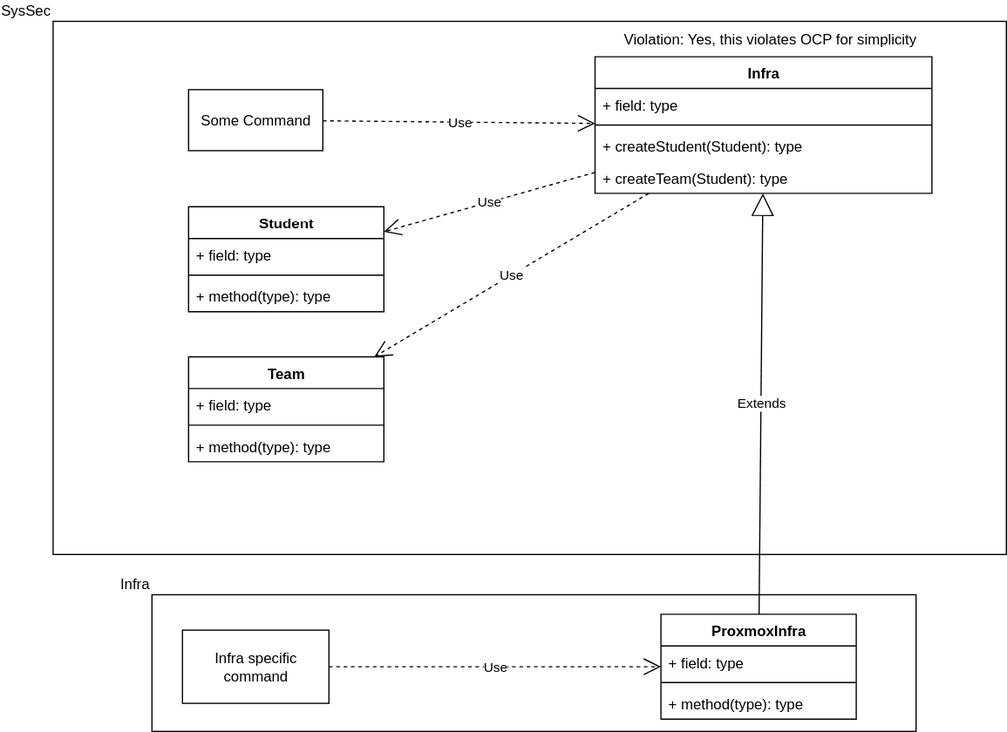
The draw.io diagram diagram.svg in BlakeTnr/UBNetDefOrchestrator, before a commit. Source tidied: cells renumbered, new cells last; positions are measured from the earlier drawing's top-left corner, leaving out a move shared by most shapes. The source it was exported from:
```xml
<mxGraphModel>
  <root>
    <mxCell id="0" />
    <mxCell id="1" parent="0" />
    <mxCell id="2" value="Infra" style="rounded=0;whiteSpace=wrap;html=1;labelPosition=left;verticalLabelPosition=top;align=right;verticalAlign=bottom;" parent="1" vertex="1">
      <mxGeometry x="81" y="470" width="626" height="112" as="geometry" />
    </mxCell>
    <mxCell id="3" value="SysSec" style="rounded=0;whiteSpace=wrap;html=1;labelPosition=left;verticalLabelPosition=top;align=right;verticalAlign=bottom;" parent="1" vertex="1">
      <mxGeometry width="781" height="437" as="geometry" />
    </mxCell>
    <mxCell id="4" value="ProxmoxInfra" style="swimlane;fontStyle=1;align=center;verticalAlign=top;horizontal=1;startSize=26;whiteSpace=wrap;html=1;" parent="1" vertex="1">
      <mxGeometry x="498" y="486" width="160" height="86" as="geometry" />
    </mxCell>
    <mxCell id="5" value="+ field: type" style="text;strokeColor=none;fillColor=none;align=left;verticalAlign=top;spacingLeft=4;spacingRight=4;overflow=hidden;whiteSpace=wrap;html=1;" parent="4" vertex="1">
      <mxGeometry y="26" width="160" height="26" as="geometry" />
    </mxCell>
    <mxCell id="6" style="line;strokeWidth=1;fillColor=none;align=left;verticalAlign=middle;spacingTop=-1;spacingLeft=3;spacingRight=3;labelPosition=right;strokeColor=inherit;" parent="4" vertex="1">
      <mxGeometry y="52" width="160" height="8" as="geometry" />
    </mxCell>
    <mxCell id="7" value="+ method(type): type" style="text;strokeColor=none;fillColor=none;align=left;verticalAlign=top;spacingLeft=4;spacingRight=4;overflow=hidden;whiteSpace=wrap;html=1;" parent="4" vertex="1">
      <mxGeometry y="60" width="160" height="26" as="geometry" />
    </mxCell>
    <mxCell id="8" value="Infra" style="swimlane;fontStyle=1;align=center;verticalAlign=top;horizontal=1;startSize=26;whiteSpace=wrap;html=1;" parent="1" vertex="1">
      <mxGeometry x="444" y="29" width="276" height="112" as="geometry" />
    </mxCell>
    <mxCell id="9" value="+ field: type" style="text;strokeColor=none;fillColor=none;align=left;verticalAlign=top;spacingLeft=4;spacingRight=4;overflow=hidden;whiteSpace=wrap;html=1;" parent="8" vertex="1">
      <mxGeometry y="26" width="276" height="26" as="geometry" />
    </mxCell>
    <mxCell id="10" style="line;strokeWidth=1;fillColor=none;align=left;verticalAlign=middle;spacingTop=-1;spacingLeft=3;spacingRight=3;labelPosition=right;strokeColor=inherit;" parent="8" vertex="1">
      <mxGeometry y="52" width="276" height="8" as="geometry" />
    </mxCell>
    <mxCell id="11" value="+ createStudent&lt;span style=&quot;background-color: transparent; color: light-dark(rgb(0, 0, 0), rgb(255, 255, 255));&quot;&gt;(Student): type&lt;/span&gt;" style="text;strokeColor=none;fillColor=none;align=left;verticalAlign=top;spacingLeft=4;spacingRight=4;overflow=hidden;whiteSpace=wrap;html=1;" parent="8" vertex="1">
      <mxGeometry y="60" width="276" height="26" as="geometry" />
    </mxCell>
    <mxCell id="12" value="+ createTeam&lt;span style=&quot;background-color: transparent; color: light-dark(rgb(0, 0, 0), rgb(255, 255, 255));&quot;&gt;(Student): type&lt;/span&gt;" style="text;strokeColor=none;fillColor=none;align=left;verticalAlign=top;spacingLeft=4;spacingRight=4;overflow=hidden;whiteSpace=wrap;html=1;" parent="8" vertex="1">
      <mxGeometry y="86" width="276" height="26" as="geometry" />
    </mxCell>
    <mxCell id="13" value="Some Command" style="html=1;whiteSpace=wrap;rounded=0;" parent="1" vertex="1">
      <mxGeometry x="111" y="56" width="110" height="50" as="geometry" />
    </mxCell>
    <mxCell id="14" value="Student" style="swimlane;fontStyle=1;align=center;verticalAlign=top;horizontal=1;startSize=26;whiteSpace=wrap;html=1;" parent="1" vertex="1">
      <mxGeometry x="111" y="152" width="160" height="86" as="geometry" />
    </mxCell>
    <mxCell id="15" value="+ field: type" style="text;strokeColor=none;fillColor=none;align=left;verticalAlign=top;spacingLeft=4;spacingRight=4;overflow=hidden;whiteSpace=wrap;html=1;" parent="14" vertex="1">
      <mxGeometry y="26" width="160" height="26" as="geometry" />
    </mxCell>
    <mxCell id="16" style="line;strokeWidth=1;fillColor=none;align=left;verticalAlign=middle;spacingTop=-1;spacingLeft=3;spacingRight=3;labelPosition=right;strokeColor=inherit;" parent="14" vertex="1">
      <mxGeometry y="52" width="160" height="8" as="geometry" />
    </mxCell>
    <mxCell id="17" value="+ method(type): type" style="text;strokeColor=none;fillColor=none;align=left;verticalAlign=top;spacingLeft=4;spacingRight=4;overflow=hidden;whiteSpace=wrap;html=1;" parent="14" vertex="1">
      <mxGeometry y="60" width="160" height="26" as="geometry" />
    </mxCell>
    <mxCell id="18" value="Team" style="swimlane;fontStyle=1;align=center;verticalAlign=top;horizontal=1;startSize=26;whiteSpace=wrap;html=1;" parent="1" vertex="1">
      <mxGeometry x="111" y="275" width="160" height="86" as="geometry" />
    </mxCell>
    <mxCell id="19" value="+ field: type" style="text;strokeColor=none;fillColor=none;align=left;verticalAlign=top;spacingLeft=4;spacingRight=4;overflow=hidden;whiteSpace=wrap;html=1;" parent="18" vertex="1">
      <mxGeometry y="26" width="160" height="26" as="geometry" />
    </mxCell>
    <mxCell id="20" style="line;strokeWidth=1;fillColor=none;align=left;verticalAlign=middle;spacingTop=-1;spacingLeft=3;spacingRight=3;labelPosition=right;strokeColor=inherit;" parent="18" vertex="1">
      <mxGeometry y="52" width="160" height="8" as="geometry" />
    </mxCell>
    <mxCell id="21" value="+ method(type): type" style="text;strokeColor=none;fillColor=none;align=left;verticalAlign=top;spacingLeft=4;spacingRight=4;overflow=hidden;whiteSpace=wrap;html=1;" parent="18" vertex="1">
      <mxGeometry y="60" width="160" height="26" as="geometry" />
    </mxCell>
    <mxCell id="22" value="Infra specific command" style="rounded=0;whiteSpace=wrap;html=1;" parent="1" vertex="1">
      <mxGeometry x="106" y="499" width="120" height="60" as="geometry" />
    </mxCell>
    <mxCell id="23" value="Use" style="endArrow=open;endSize=12;dashed=1;html=1;rounded=0;" parent="1" edge="1" source="13" target="8">
      <mxGeometry relative="1" as="geometry" />
    </mxCell>
    <mxCell id="24" value="Extends" style="endArrow=block;endSize=16;endFill=0;html=1;rounded=0;" parent="1" edge="1" source="4" target="8">
      <mxGeometry relative="1" as="geometry" />
    </mxCell>
    <mxCell id="25" value="Use" style="endArrow=open;endSize=12;dashed=1;html=1;rounded=0;" parent="1" edge="1" source="22" target="4">
      <mxGeometry relative="1" as="geometry" />
    </mxCell>
    <mxCell id="26" value="Use" style="endArrow=open;endSize=12;dashed=1;html=1;rounded=0;" parent="1" edge="1" source="8" target="14">
      <mxGeometry relative="1" as="geometry" />
    </mxCell>
    <mxCell id="27" value="Use" style="endArrow=open;endSize=12;dashed=1;html=1;rounded=0;" parent="1" edge="1" source="8" target="18">
      <mxGeometry relative="1" as="geometry" />
    </mxCell>
    <mxCell id="28" value="Violation: Yes, this violates OCP for simplicity" style="text;html=1;align=center;verticalAlign=middle;whiteSpace=wrap;rounded=0;" parent="1" vertex="1">
      <mxGeometry x="446" width="283" height="30" as="geometry" />
    </mxCell>
  </root>
</mxGraphModel>
```
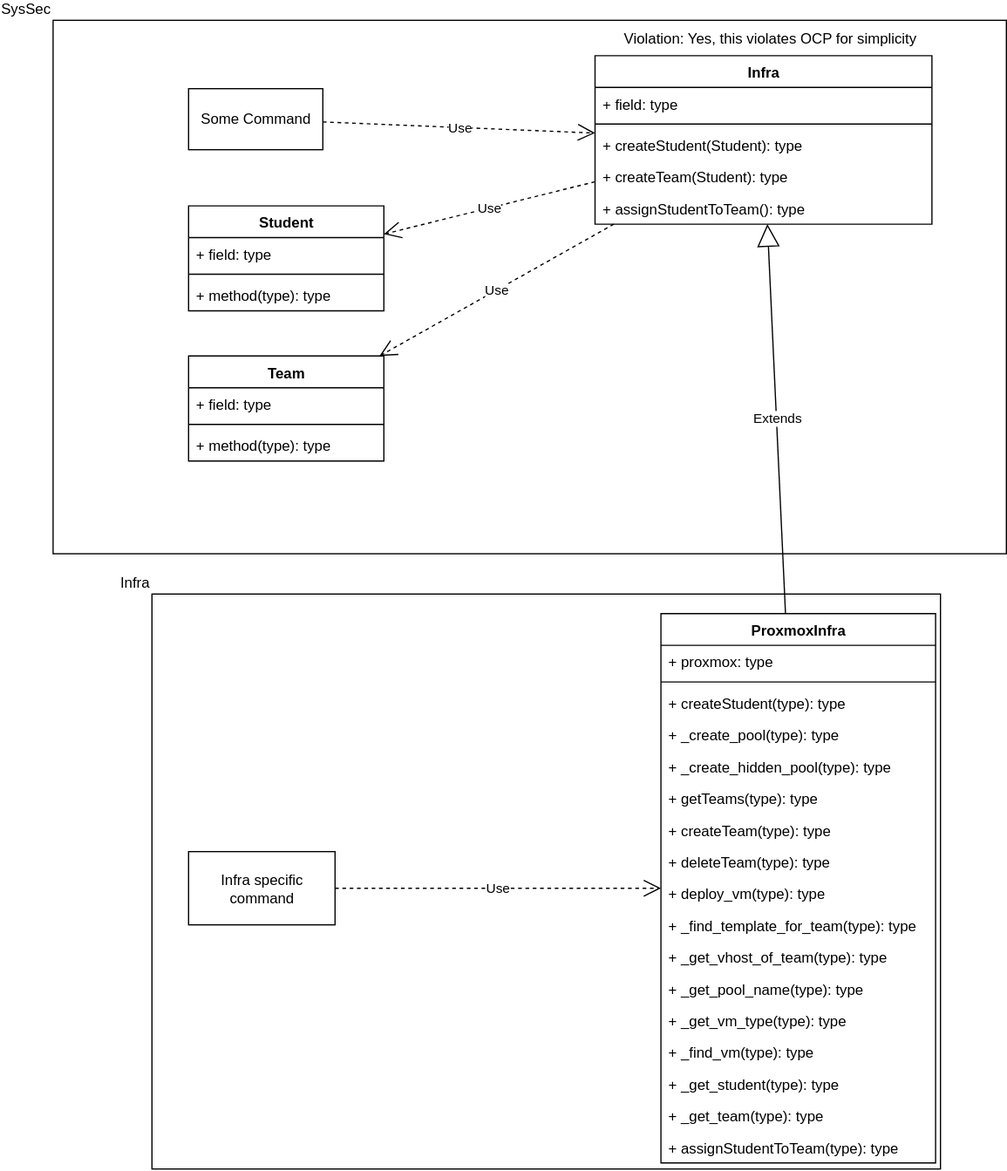
The same file after the commit.

Change to the diagram source:
```diff
@@ -3,25 +3,67 @@
     <mxCell id="0" />
     <mxCell id="1" parent="0" />
     <mxCell id="2" value="Infra" style="rounded=0;whiteSpace=wrap;html=1;labelPosition=left;verticalLabelPosition=top;align=right;verticalAlign=bottom;" parent="1" vertex="1">
-      <mxGeometry x="81" y="470" width="626" height="112" as="geometry" />
+      <mxGeometry x="81" y="470" width="646" height="471" as="geometry" />
     </mxCell>
     <mxCell id="3" value="SysSec" style="rounded=0;whiteSpace=wrap;html=1;labelPosition=left;verticalLabelPosition=top;align=right;verticalAlign=bottom;" parent="1" vertex="1">
       <mxGeometry width="781" height="437" as="geometry" />
     </mxCell>
     <mxCell id="4" value="ProxmoxInfra" style="swimlane;fontStyle=1;align=center;verticalAlign=top;horizontal=1;startSize=26;whiteSpace=wrap;html=1;" parent="1" vertex="1">
-      <mxGeometry x="498" y="486" width="160" height="86" as="geometry" />
+      <mxGeometry x="498" y="486" width="225" height="450" as="geometry" />
     </mxCell>
-    <mxCell id="5" value="+ field: type" style="text;strokeColor=none;fillColor=none;align=left;verticalAlign=top;spacingLeft=4;spacingRight=4;overflow=hidden;whiteSpace=wrap;html=1;" parent="4" vertex="1">
-      <mxGeometry y="26" width="160" height="26" as="geometry" />
+    <mxCell id="5" value="+ proxmox: type" style="text;strokeColor=none;fillColor=none;align=left;verticalAlign=top;spacingLeft=4;spacingRight=4;overflow=hidden;whiteSpace=wrap;html=1;" parent="4" vertex="1">
+      <mxGeometry y="26" width="225" height="26" as="geometry" />
     </mxCell>
     <mxCell id="6" style="line;strokeWidth=1;fillColor=none;align=left;verticalAlign=middle;spacingTop=-1;spacingLeft=3;spacingRight=3;labelPosition=right;strokeColor=inherit;" parent="4" vertex="1">
-      <mxGeometry y="52" width="160" height="8" as="geometry" />
+      <mxGeometry y="52" width="225" height="8" as="geometry" />
     </mxCell>
-    <mxCell id="7" value="+ method(type): type" style="text;strokeColor=none;fillColor=none;align=left;verticalAlign=top;spacingLeft=4;spacingRight=4;overflow=hidden;whiteSpace=wrap;html=1;" parent="4" vertex="1">
-      <mxGeometry y="60" width="160" height="26" as="geometry" />
+    <mxCell id="7" value="+ createStudent&lt;span style=&quot;background-color: transparent; color: light-dark(rgb(0, 0, 0), rgb(255, 255, 255));&quot;&gt;(type): type&lt;/span&gt;" style="text;strokeColor=none;fillColor=none;align=left;verticalAlign=top;spacingLeft=4;spacingRight=4;overflow=hidden;whiteSpace=wrap;html=1;" parent="4" vertex="1">
+      <mxGeometry y="60" width="225" height="26" as="geometry" />
     </mxCell>
+    <mxCell id="29" value="+ _create_pool&lt;span style=&quot;background-color: transparent; color: light-dark(rgb(0, 0, 0), rgb(255, 255, 255));&quot;&gt;(type): type&lt;/span&gt;" style="text;strokeColor=none;fillColor=none;align=left;verticalAlign=top;spacingLeft=4;spacingRight=4;overflow=hidden;whiteSpace=wrap;html=1;" parent="4" vertex="1">
+      <mxGeometry y="86" width="225" height="26" as="geometry" />
+    </mxCell>
+    <mxCell id="30" value="+ _create_hidden_pool&lt;span style=&quot;background-color: transparent; color: light-dark(rgb(0, 0, 0), rgb(255, 255, 255));&quot;&gt;(type): type&lt;/span&gt;" style="text;strokeColor=none;fillColor=none;align=left;verticalAlign=top;spacingLeft=4;spacingRight=4;overflow=hidden;whiteSpace=wrap;html=1;" parent="4" vertex="1">
+      <mxGeometry y="112" width="225" height="26" as="geometry" />
+    </mxCell>
+    <mxCell id="31" value="+ getTeams&lt;span style=&quot;background-color: transparent; color: light-dark(rgb(0, 0, 0), rgb(255, 255, 255));&quot;&gt;(type): type&lt;/span&gt;" style="text;strokeColor=none;fillColor=none;align=left;verticalAlign=top;spacingLeft=4;spacingRight=4;overflow=hidden;whiteSpace=wrap;html=1;" parent="4" vertex="1">
+      <mxGeometry y="138" width="225" height="26" as="geometry" />
+    </mxCell>
+    <mxCell id="32" value="+ createTeam&lt;span style=&quot;background-color: transparent; color: light-dark(rgb(0, 0, 0), rgb(255, 255, 255));&quot;&gt;(type): type&lt;/span&gt;" style="text;strokeColor=none;fillColor=none;align=left;verticalAlign=top;spacingLeft=4;spacingRight=4;overflow=hidden;whiteSpace=wrap;html=1;" parent="4" vertex="1">
+      <mxGeometry y="164" width="225" height="26" as="geometry" />
+    </mxCell>
+    <mxCell id="33" value="+ deleteTeam&lt;span style=&quot;background-color: transparent; color: light-dark(rgb(0, 0, 0), rgb(255, 255, 255));&quot;&gt;(type): type&lt;/span&gt;" style="text;strokeColor=none;fillColor=none;align=left;verticalAlign=top;spacingLeft=4;spacingRight=4;overflow=hidden;whiteSpace=wrap;html=1;" parent="4" vertex="1">
+      <mxGeometry y="190" width="225" height="26" as="geometry" />
+    </mxCell>
+    <mxCell id="34" value="+ deploy_vm&lt;span style=&quot;background-color: transparent; color: light-dark(rgb(0, 0, 0), rgb(255, 255, 255));&quot;&gt;(type): type&lt;/span&gt;" style="text;strokeColor=none;fillColor=none;align=left;verticalAlign=top;spacingLeft=4;spacingRight=4;overflow=hidden;whiteSpace=wrap;html=1;" parent="4" vertex="1">
+      <mxGeometry y="216" width="225" height="26" as="geometry" />
+    </mxCell>
+    <mxCell id="35" value="+ _find_template_for_team&lt;span style=&quot;background-color: transparent; color: light-dark(rgb(0, 0, 0), rgb(255, 255, 255));&quot;&gt;(type): type&lt;/span&gt;" style="text;strokeColor=none;fillColor=none;align=left;verticalAlign=top;spacingLeft=4;spacingRight=4;overflow=hidden;whiteSpace=wrap;html=1;" parent="4" vertex="1">
+      <mxGeometry y="242" width="225" height="26" as="geometry" />
+    </mxCell>
+    <mxCell id="36" value="+ _get_vhost_of_team&lt;span style=&quot;background-color: transparent; color: light-dark(rgb(0, 0, 0), rgb(255, 255, 255));&quot;&gt;(type): type&lt;/span&gt;" style="text;strokeColor=none;fillColor=none;align=left;verticalAlign=top;spacingLeft=4;spacingRight=4;overflow=hidden;whiteSpace=wrap;html=1;" parent="4" vertex="1">
+      <mxGeometry y="268" width="225" height="26" as="geometry" />
+    </mxCell>
+    <mxCell id="37" value="+ _get_pool_name&lt;span style=&quot;background-color: transparent; color: light-dark(rgb(0, 0, 0), rgb(255, 255, 255));&quot;&gt;(type): type&lt;/span&gt;" style="text;strokeColor=none;fillColor=none;align=left;verticalAlign=top;spacingLeft=4;spacingRight=4;overflow=hidden;whiteSpace=wrap;html=1;" parent="4" vertex="1">
+      <mxGeometry y="294" width="225" height="26" as="geometry" />
+    </mxCell>
+    <mxCell id="38" value="+ _get_vm_type&lt;span style=&quot;background-color: transparent; color: light-dark(rgb(0, 0, 0), rgb(255, 255, 255));&quot;&gt;(type): type&lt;/span&gt;" style="text;strokeColor=none;fillColor=none;align=left;verticalAlign=top;spacingLeft=4;spacingRight=4;overflow=hidden;whiteSpace=wrap;html=1;" parent="4" vertex="1">
+      <mxGeometry y="320" width="225" height="26" as="geometry" />
+    </mxCell>
+    <mxCell id="39" value="+ _find_vm&lt;span style=&quot;background-color: transparent; color: light-dark(rgb(0, 0, 0), rgb(255, 255, 255));&quot;&gt;(type): type&lt;/span&gt;" style="text;strokeColor=none;fillColor=none;align=left;verticalAlign=top;spacingLeft=4;spacingRight=4;overflow=hidden;whiteSpace=wrap;html=1;" parent="4" vertex="1">
+      <mxGeometry y="346" width="225" height="26" as="geometry" />
+    </mxCell>
+    <mxCell id="40" value="+ _get_student&lt;span style=&quot;background-color: transparent; color: light-dark(rgb(0, 0, 0), rgb(255, 255, 255));&quot;&gt;(type): type&lt;/span&gt;" style="text;strokeColor=none;fillColor=none;align=left;verticalAlign=top;spacingLeft=4;spacingRight=4;overflow=hidden;whiteSpace=wrap;html=1;" parent="4" vertex="1">
+      <mxGeometry y="372" width="225" height="26" as="geometry" />
+    </mxCell>
+    <mxCell id="41" value="+ _get_team&lt;span style=&quot;background-color: transparent; color: light-dark(rgb(0, 0, 0), rgb(255, 255, 255));&quot;&gt;(type): type&lt;/span&gt;" style="text;strokeColor=none;fillColor=none;align=left;verticalAlign=top;spacingLeft=4;spacingRight=4;overflow=hidden;whiteSpace=wrap;html=1;" parent="4" vertex="1">
+      <mxGeometry y="398" width="225" height="26" as="geometry" />
+    </mxCell>
+    <mxCell id="42" value="+ assignStudentToTeam&lt;span style=&quot;background-color: transparent; color: light-dark(rgb(0, 0, 0), rgb(255, 255, 255));&quot;&gt;(type): type&lt;/span&gt;" style="text;strokeColor=none;fillColor=none;align=left;verticalAlign=top;spacingLeft=4;spacingRight=4;overflow=hidden;whiteSpace=wrap;html=1;" parent="4" vertex="1">
+      <mxGeometry y="424" width="225" height="26" as="geometry" />
+    </mxCell>
     <mxCell id="8" value="Infra" style="swimlane;fontStyle=1;align=center;verticalAlign=top;horizontal=1;startSize=26;whiteSpace=wrap;html=1;" parent="1" vertex="1">
-      <mxGeometry x="444" y="29" width="276" height="112" as="geometry" />
+      <mxGeometry x="444" y="29" width="276" height="138" as="geometry" />
     </mxCell>
     <mxCell id="9" value="+ field: type" style="text;strokeColor=none;fillColor=none;align=left;verticalAlign=top;spacingLeft=4;spacingRight=4;overflow=hidden;whiteSpace=wrap;html=1;" parent="8" vertex="1">
       <mxGeometry y="26" width="276" height="26" as="geometry" />
@@ -35,6 +77,9 @@
     <mxCell id="12" value="+ createTeam&lt;span style=&quot;background-color: transparent; color: light-dark(rgb(0, 0, 0), rgb(255, 255, 255));&quot;&gt;(Student): type&lt;/span&gt;" style="text;strokeColor=none;fillColor=none;align=left;verticalAlign=top;spacingLeft=4;spacingRight=4;overflow=hidden;whiteSpace=wrap;html=1;" parent="8" vertex="1">
       <mxGeometry y="86" width="276" height="26" as="geometry" />
     </mxCell>
+    <mxCell id="43" value="+ assignStudentToTeam&lt;span style=&quot;background-color: transparent; color: light-dark(rgb(0, 0, 0), rgb(255, 255, 255));&quot;&gt;(): type&lt;/span&gt;" style="text;strokeColor=none;fillColor=none;align=left;verticalAlign=top;spacingLeft=4;spacingRight=4;overflow=hidden;whiteSpace=wrap;html=1;" parent="8" vertex="1">
+      <mxGeometry y="112" width="276" height="26" as="geometry" />
+    </mxCell>
     <mxCell id="13" value="Some Command" style="html=1;whiteSpace=wrap;rounded=0;" parent="1" vertex="1">
       <mxGeometry x="111" y="56" width="110" height="50" as="geometry" />
     </mxCell>
@@ -63,7 +108,7 @@
       <mxGeometry y="60" width="160" height="26" as="geometry" />
     </mxCell>
     <mxCell id="22" value="Infra specific command" style="rounded=0;whiteSpace=wrap;html=1;" parent="1" vertex="1">
-      <mxGeometry x="106" y="499" width="120" height="60" as="geometry" />
+      <mxGeometry x="111" y="681" width="120" height="60" as="geometry" />
     </mxCell>
     <mxCell id="23" value="Use" style="endArrow=open;endSize=12;dashed=1;html=1;rounded=0;" parent="1" edge="1" source="13" target="8">
       <mxGeometry relative="1" as="geometry" />
```
